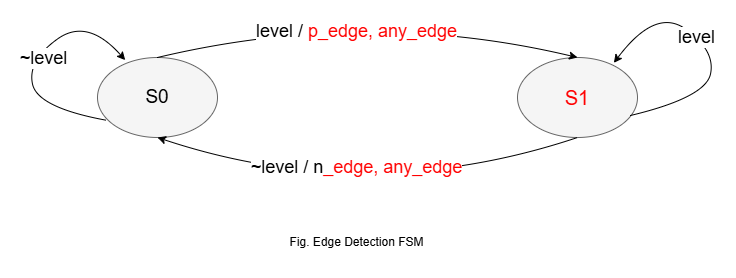
Raven1911/Buttons-Debouncing-Edge-Detection keeps this draw.io diagram as Image/Edge_Detection_FSM.png. Above is the earlier version. Source tidied: cells renumbered, new cells last; positions are measured from the earlier drawing's top-left corner, leaving out a move shared by most shapes. Source of this version:
```xml
<mxGraphModel>
  <root>
    <mxCell id="0" />
    <mxCell id="1" parent="0" />
    <mxCell id="2" value="&lt;font style=&quot;font-size: 19px; color: rgb(0, 0, 0);&quot;&gt;S0&lt;/font&gt;" style="ellipse;whiteSpace=wrap;html=1;fillColor=#f5f5f5;strokeColor=#666666;fontColor=#333333;" parent="1" vertex="1">
      <mxGeometry x="70" y="50" width="120" height="80" as="geometry" />
    </mxCell>
    <mxCell id="3" value="&lt;font style=&quot;color: rgb(255, 0, 0); font-size: 20px;&quot;&gt;S1&lt;/font&gt;" style="ellipse;whiteSpace=wrap;html=1;fillColor=#f5f5f5;fontColor=#333333;strokeColor=#666666;" parent="1" vertex="1">
      <mxGeometry x="490" y="50" width="120" height="80" as="geometry" />
    </mxCell>
    <mxCell id="4" style="endArrow=classic;html=1;rounded=0;exitX=0.5;exitY=0;exitDx=0;exitDy=0;entryX=0.5;entryY=0;entryDx=0;entryDy=0;curved=1;" parent="1" edge="1" source="2" target="3">
      <mxGeometry relative="1" as="geometry">
        <Array as="points">
          <mxPoint x="340" />
        </Array>
      </mxGeometry>
    </mxCell>
    <mxCell id="5" value="&lt;font style=&quot;font-size: 18px;&quot;&gt;level / &lt;font style=&quot;color: rgb(255, 0, 0);&quot;&gt;p_edge, any_edge&lt;/font&gt;&lt;/font&gt;" style="edgeLabel;html=1;align=center;verticalAlign=middle;" parent="4" vertex="1">
      <mxGeometry x="-0.16" y="-16" relative="1" as="geometry">
        <mxPoint x="18" as="offset" />
      </mxGeometry>
    </mxCell>
    <mxCell id="6" style="endArrow=classic;html=1;rounded=0;exitX=0.5;exitY=1;exitDx=0;exitDy=0;entryX=0.5;entryY=1;entryDx=0;entryDy=0;curved=1;" parent="1" edge="1" source="3" target="2">
      <mxGeometry relative="1" as="geometry">
        <Array as="points">
          <mxPoint x="340" y="200" />
        </Array>
      </mxGeometry>
    </mxCell>
    <mxCell id="7" style="endArrow=classic;html=1;rounded=0;curved=1;entryX=0.231;entryY=0.033;entryDx=0;entryDy=0;entryPerimeter=0;exitX=0.069;exitY=0.783;exitDx=0;exitDy=0;exitPerimeter=0;" parent="1" edge="1" source="2" target="2">
      <mxGeometry relative="1" as="geometry">
        <Array as="points">
          <mxPoint x="10" y="100" />
          <mxPoint y="53" />
          <mxPoint x="60" y="10" />
        </Array>
      </mxGeometry>
    </mxCell>
    <mxCell id="8" value="&lt;font style=&quot;font-size: 18px;&quot;&gt;~level&lt;/font&gt;" style="edgeLabel;html=1;align=center;verticalAlign=middle;" parent="7" vertex="1">
      <mxGeometry x="0.12" y="2" relative="1" as="geometry">
        <mxPoint y="11" as="offset" />
      </mxGeometry>
    </mxCell>
    <mxCell id="9" style="endArrow=classic;html=1;rounded=0;curved=1;entryX=0.803;entryY=0.067;entryDx=0;entryDy=0;entryPerimeter=0;exitX=0.941;exitY=0.725;exitDx=0;exitDy=0;exitPerimeter=0;" parent="1" edge="1" source="3" target="3">
      <mxGeometry relative="1" as="geometry">
        <Array as="points">
          <mxPoint x="678" y="90" />
          <mxPoint x="688" y="43" />
          <mxPoint x="628" />
        </Array>
      </mxGeometry>
    </mxCell>
    <mxCell id="10" value="&lt;font style=&quot;font-size: 18px;&quot;&gt;~level / n&lt;font style=&quot;color: rgb(255, 0, 0);&quot;&gt;_edge, any_edge&lt;/font&gt;&lt;/font&gt;" style="edgeLabel;html=1;align=center;verticalAlign=middle;" parent="1" vertex="1">
      <mxGeometry x="329" y="160" as="geometry" />
    </mxCell>
    <mxCell id="11" value="&lt;font style=&quot;font-size: 18px;&quot;&gt;level&lt;/font&gt;" style="edgeLabel;html=1;align=center;verticalAlign=middle;" parent="1" vertex="1">
      <mxGeometry x="669" y="30" as="geometry" />
    </mxCell>
    <mxCell id="12" value="Fig. Edge Detection FSM" style="text;html=1;align=center;verticalAlign=middle;whiteSpace=wrap;rounded=0;" parent="1" vertex="1">
      <mxGeometry x="246.5" y="220" width="165" height="30" as="geometry" />
    </mxCell>
  </root>
</mxGraphModel>
```
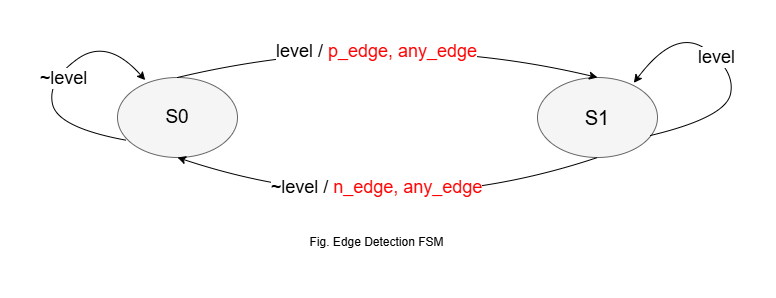
Later version of the same file.

Change to the diagram source:
```diff
@@ -5,7 +5,7 @@
     <mxCell id="2" value="&lt;font style=&quot;font-size: 19px; color: rgb(0, 0, 0);&quot;&gt;S0&lt;/font&gt;" style="ellipse;whiteSpace=wrap;html=1;fillColor=#f5f5f5;strokeColor=#666666;fontColor=#333333;" parent="1" vertex="1">
       <mxGeometry x="70" y="50" width="120" height="80" as="geometry" />
     </mxCell>
-    <mxCell id="3" value="&lt;font style=&quot;color: rgb(255, 0, 0); font-size: 20px;&quot;&gt;S1&lt;/font&gt;" style="ellipse;whiteSpace=wrap;html=1;fillColor=#f5f5f5;fontColor=#333333;strokeColor=#666666;" parent="1" vertex="1">
+    <mxCell id="3" value="&lt;font style=&quot;font-size: 20px; color: rgb(0, 0, 0);&quot;&gt;S1&lt;/font&gt;" style="ellipse;whiteSpace=wrap;html=1;fillColor=#f5f5f5;fontColor=#333333;strokeColor=#666666;" parent="1" vertex="1">
       <mxGeometry x="490" y="50" width="120" height="80" as="geometry" />
     </mxCell>
     <mxCell id="4" style="endArrow=classic;html=1;rounded=0;exitX=0.5;exitY=0;exitDx=0;exitDy=0;entryX=0.5;entryY=0;entryDx=0;entryDy=0;curved=1;" parent="1" edge="1" source="2" target="3">
@@ -50,14 +50,14 @@
         </Array>
       </mxGeometry>
     </mxCell>
-    <mxCell id="10" value="&lt;font style=&quot;font-size: 18px;&quot;&gt;~level / n&lt;font style=&quot;color: rgb(255, 0, 0);&quot;&gt;_edge, any_edge&lt;/font&gt;&lt;/font&gt;" style="edgeLabel;html=1;align=center;verticalAlign=middle;" parent="1" vertex="1">
+    <mxCell id="10" value="&lt;font style=&quot;font-size: 18px;&quot;&gt;~level / &lt;font style=&quot;color: rgb(255, 0, 0);&quot;&gt;n&lt;font style=&quot;color: rgb(255, 0, 0);&quot;&gt;_edge,&lt;/font&gt;&lt;/font&gt;&lt;font style=&quot;color: rgb(255, 0, 0);&quot;&gt; any_edge&lt;/font&gt;&lt;/font&gt;" style="edgeLabel;html=1;align=center;verticalAlign=middle;" parent="1" vertex="1">
       <mxGeometry x="329" y="160" as="geometry" />
     </mxCell>
     <mxCell id="11" value="&lt;font style=&quot;font-size: 18px;&quot;&gt;level&lt;/font&gt;" style="edgeLabel;html=1;align=center;verticalAlign=middle;" parent="1" vertex="1">
       <mxGeometry x="669" y="30" as="geometry" />
     </mxCell>
     <mxCell id="12" value="Fig. Edge Detection FSM" style="text;html=1;align=center;verticalAlign=middle;whiteSpace=wrap;rounded=0;" parent="1" vertex="1">
-      <mxGeometry x="246.5" y="220" width="165" height="30" as="geometry" />
+      <mxGeometry x="246.5" y="200" width="165" height="30" as="geometry" />
     </mxCell>
   </root>
 </mxGraphModel>
```
